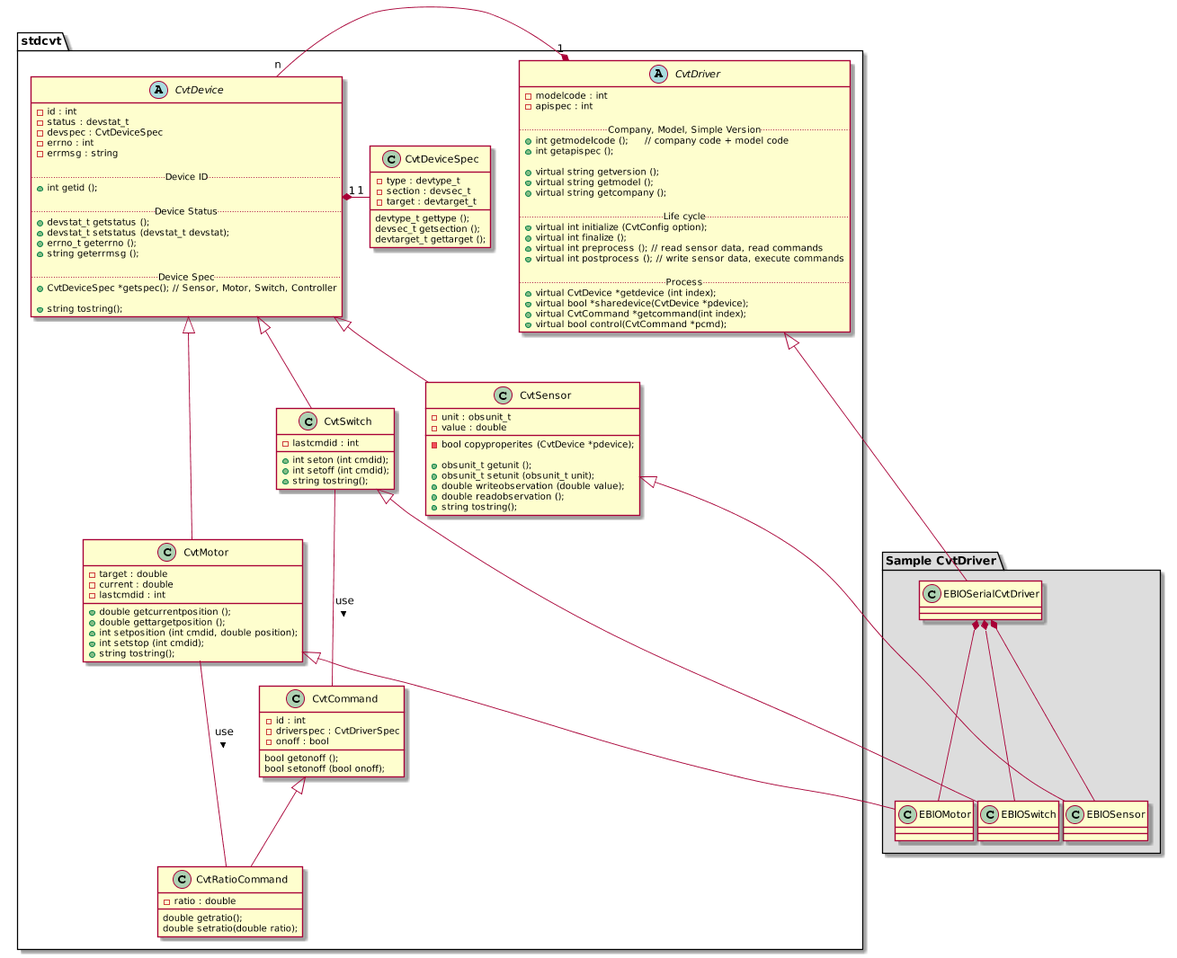
ebio-snu/cvtdriver keeps this PlantUML diagram as doc/images/driver_class.png. Above is the earlier version.
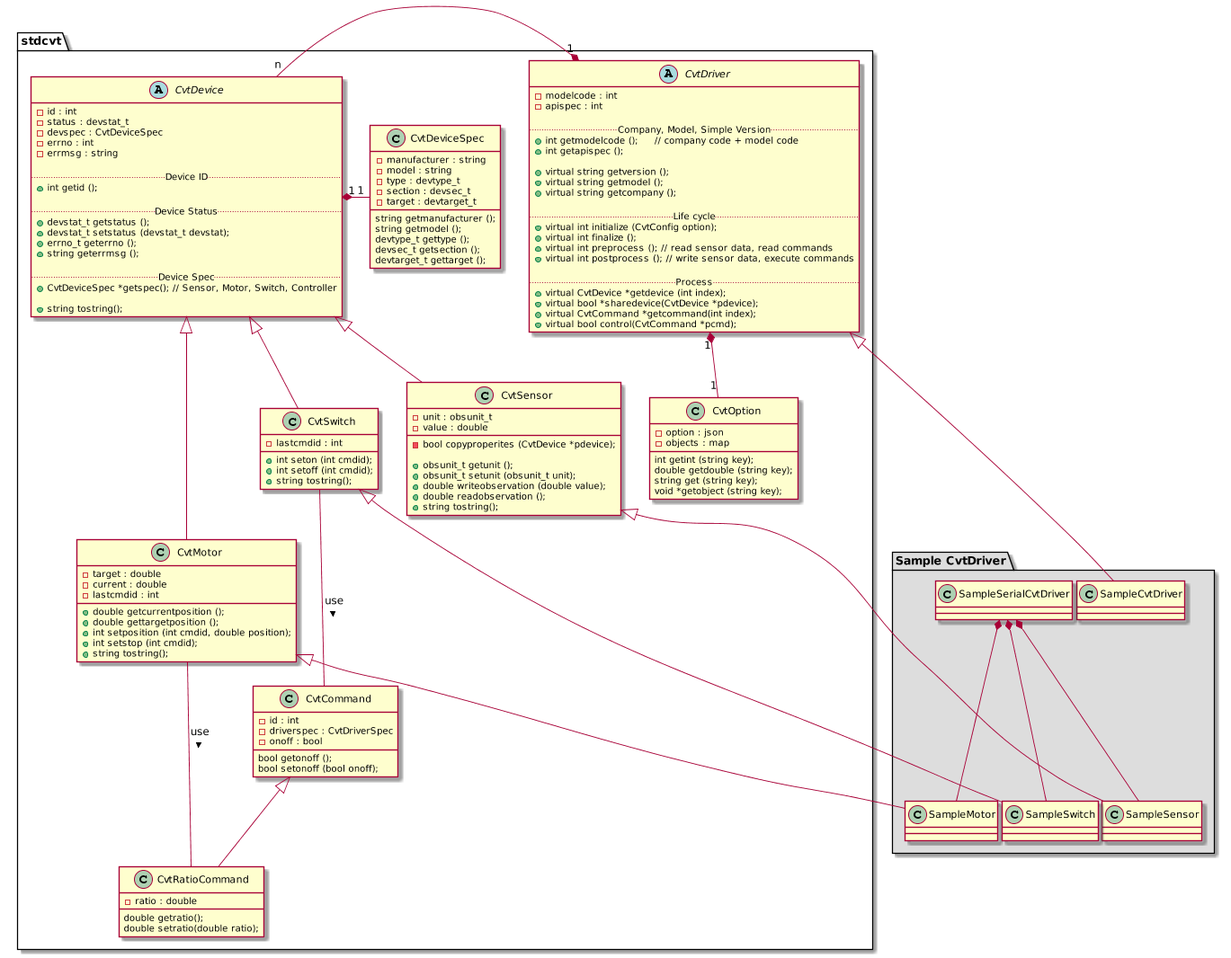
Later version of the same file.

Commit message:
클래스 다이어그램 수정

Change to the diagram source:
```diff
@@ -29,10 +29,14 @@
     }
 
     class CvtDeviceSpec {
+     - manufacturer : string
+     - model : string
      - type : devtype_t
      - section : devsec_t
      - target : devtarget_t
 
+     string getmanufacturer ();
+     string getmodel ();
      devtype_t gettype ();
      devsec_t getsection ();
      devtarget_t gettarget ();
@@ -105,9 +109,20 @@
      double setratio(double ratio);
     }
 
+    class CvtOption {
+     - option : json
+     - objects : map
+
+     int getint (string key);
+     double getdouble (string key);
+     string get (string key);
+     void *getobject (string key);
+    }
+
     CvtCommand <|-- CvtRatioCommand
 
     CvtDriver "1" *- "n" CvtDevice
+    CvtDriver "1" *-- "1" CvtOption
 
     CvtDevice <|-- CvtSensor
     CvtDevice <|-- CvtMotor
@@ -120,26 +135,26 @@
 }
 
 package "Sample CvtDriver" #DDDDDD {
-    class EBIOSerialCvtDriver {
+    class SampleCvtDriver {
     }
 
-    CvtDriver <|-- EBIOSerialCvtDriver
+    CvtDriver <|-- SampleCvtDriver
 
-    class EBIOSensor {
+    class SampleSensor {
     }
 
-    class EBIOMotor {
+    class SampleMotor {
     }
 
-    class EBIOSwitch {
+    class SampleSwitch {
     }
 
-    CvtSensor <|-- EBIOSensor
-    CvtMotor <|-- EBIOMotor
-    CvtSwitch <|-- EBIOSwitch
+    CvtSensor <|-- SampleSensor
+    CvtMotor <|-- SampleMotor
+    CvtSwitch <|-- SampleSwitch
 
-    EBIOSerialCvtDriver *-- EBIOSensor
-    EBIOSerialCvtDriver *-- EBIOMotor
-    EBIOSerialCvtDriver *-- EBIOSwitch
+    SampleSerialCvtDriver *-- SampleSensor
+    SampleSerialCvtDriver *-- SampleMotor
+    SampleSerialCvtDriver *-- SampleSwitch
 }
 @enduml
```
